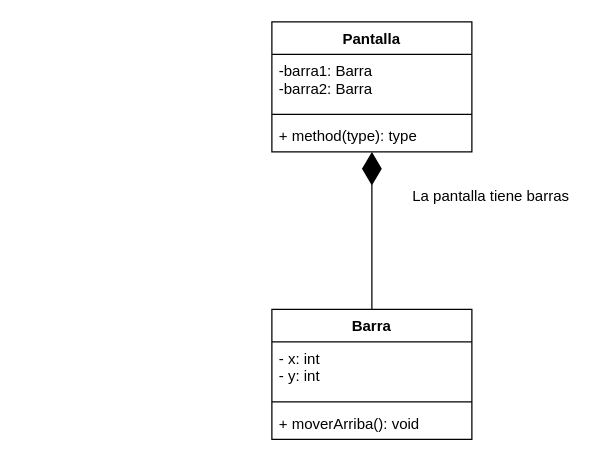
This is clase4/diagrama.drawio from A01751729/Clase-de-cpp, a draw.io file, before an edit. Source tidied: cells renumbered, new cells numbered last; positions are measured from the earlier drawing's top-left corner, leaving out a move shared by most shapes. Both pictures are drawn from the tidied source at 125%, with x=0, y=0 at pixel (271, 21).
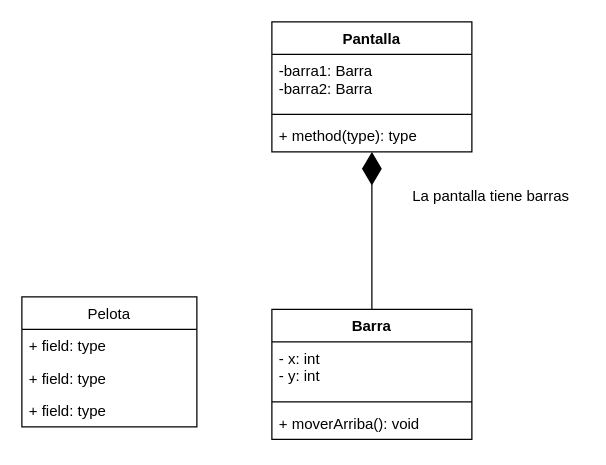
The same diagram, later.

Change to the diagram source:
```diff
@@
 <mxGraphModel>
   <root>
     <mxCell id="0" />
     <mxCell id="1" parent="0" />
     <mxCell id="2" value="Barra" style="swimlane;fontStyle=1;align=center;verticalAlign=top;horizontal=1;startSize=26;" parent="1" vertex="1">
       <mxGeometry y="230" width="160" height="104" as="geometry" />
     </mxCell>
     <mxCell id="3" value="- x: int&#10;- y: int&#10;" style="text;strokeColor=none;fillColor=none;align=left;verticalAlign=top;spacingLeft=4;spacingRight=4;overflow=hidden;" parent="2" vertex="1">
       <mxGeometry y="26" width="160" height="44" as="geometry" />
     </mxCell>
     <mxCell id="4" style="line;strokeWidth=1;fillColor=none;align=left;verticalAlign=middle;spacingTop=-1;spacingLeft=3;spacingRight=3;labelPosition=right;strokeColor=inherit;" parent="2" vertex="1">
       <mxGeometry y="70" width="160" height="8" as="geometry" />
     </mxCell>
     <mxCell id="5" value="+ moverArriba(): void" style="text;strokeColor=none;fillColor=none;align=left;verticalAlign=top;spacingLeft=4;spacingRight=4;overflow=hidden;" parent="2" vertex="1">
       <mxGeometry y="78" width="160" height="26" as="geometry" />
     </mxCell>
     <mxCell id="6" value="Pantalla" style="swimlane;fontStyle=1;align=center;verticalAlign=top;horizontal=1;startSize=26;" parent="1" vertex="1">
       <mxGeometry width="160" height="104" as="geometry" />
     </mxCell>
     <mxCell id="7" value="-barra1: Barra&#10;-barra2: Barra" style="text;strokeColor=none;fillColor=none;align=left;verticalAlign=top;spacingLeft=4;spacingRight=4;overflow=hidden;" parent="6" vertex="1">
       <mxGeometry y="26" width="160" height="44" as="geometry" />
     </mxCell>
     <mxCell id="8" style="line;strokeWidth=1;fillColor=none;align=left;verticalAlign=middle;spacingTop=-1;spacingLeft=3;spacingRight=3;labelPosition=right;strokeColor=inherit;" parent="6" vertex="1">
       <mxGeometry y="70" width="160" height="8" as="geometry" />
     </mxCell>
     <mxCell id="9" value="+ method(type): type" style="text;strokeColor=none;fillColor=none;align=left;verticalAlign=top;spacingLeft=4;spacingRight=4;overflow=hidden;points=[[0,0.5],[1,0.5]];portConstraint=eastwest;" parent="6" vertex="1">
       <mxGeometry y="78" width="160" height="26" as="geometry" />
     </mxCell>
     <mxCell id="10" style="endArrow=diamondThin;endFill=1;endSize=24;html=1;exitX=0.5;exitY=0;exitDx=0;exitDy=0;" parent="1" edge="1" source="2" target="9">
       <mxGeometry relative="1" as="geometry" />
     </mxCell>
     <mxCell id="11" value="La pantalla tiene barras" style="text;html=1;align=center;verticalAlign=middle;strokeColor=none;fillColor=none;" parent="1" vertex="1">
       <mxGeometry x="100" y="125" width="150" height="30" as="geometry" />
     </mxCell>
+    <mxCell id="12" value="Pelota" style="swimlane;fontStyle=0;horizontal=1;startSize=26;fillColor=none;" parent="1" vertex="1">
+      <mxGeometry x="-200" y="220" width="140" height="104" as="geometry" />
+    </mxCell>
+    <mxCell id="13" value="+ field: type" style="text;strokeColor=none;fillColor=none;align=left;verticalAlign=top;spacingLeft=4;spacingRight=4;overflow=hidden;" parent="12" vertex="1">
+      <mxGeometry y="26" width="140" height="26" as="geometry" />
+    </mxCell>
+    <mxCell id="14" value="+ field: type" style="text;strokeColor=none;fillColor=none;align=left;verticalAlign=top;spacingLeft=4;spacingRight=4;overflow=hidden;" parent="12" vertex="1">
+      <mxGeometry y="52" width="140" height="26" as="geometry" />
+    </mxCell>
+    <mxCell id="15" value="+ field: type" style="text;strokeColor=none;fillColor=none;align=left;verticalAlign=top;spacingLeft=4;spacingRight=4;overflow=hidden;" parent="12" vertex="1">
+      <mxGeometry y="78" width="140" height="26" as="geometry" />
+    </mxCell>
   </root>
 </mxGraphModel>
```
